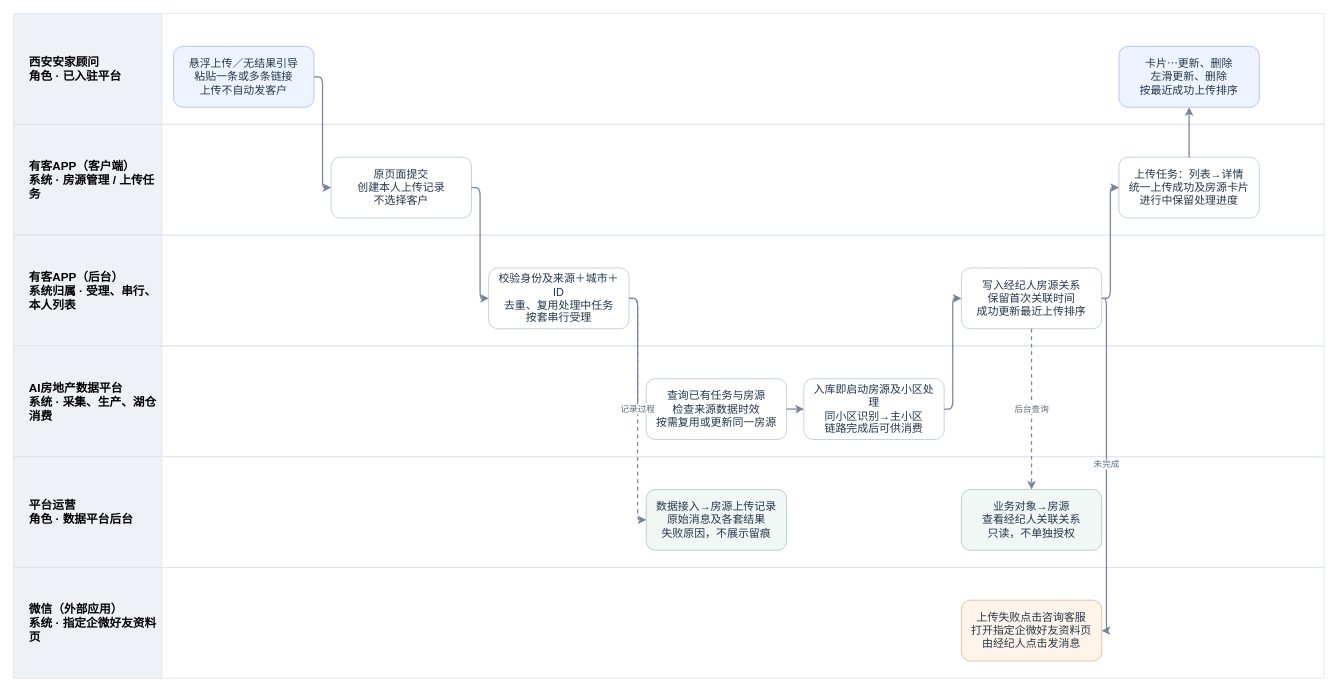
JZT-AI/ai-real-estate-platform-v3-prototype keeps this draw.io diagram as page "APP独立上传｜角色与系统泳道" (1 of 3) of B端发房共用资源/V3.0-B端房源上传与管理-角色与系统业务流程.drawio. Above is the earlier version. Source tidied: cells renumbered, new cells numbered last; positions are measured from the earlier drawing's top-left corner, leaving out a move shared by most shapes. Both pictures are drawn from the tidied source at 78%, with x=0, y=0 at pixel (13, 13).
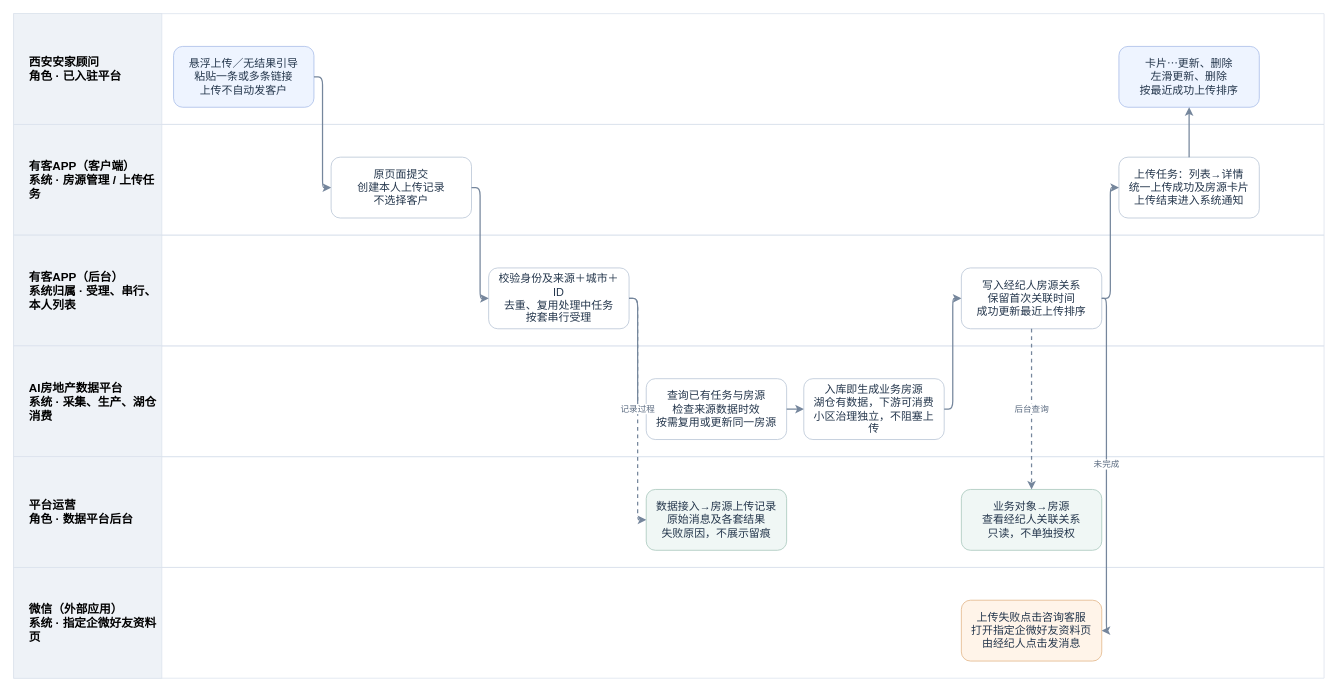
The same diagram, later.

Unchanged cells that the change refers to:
```xml
<mxCell id="4" style="swimlane;horizontal=1;startSize=0;fillColor=#f8fafc;strokeColor=#dce3ed;" parent="1" vertex="1">
  <mxGeometry y="142" width="1680" height="142" as="geometry" />
</mxCell>
<mxCell id="8" style="swimlane;horizontal=1;startSize=0;fillColor=#f8fafc;strokeColor=#dce3ed;" parent="1" vertex="1">
  <mxGeometry y="426" width="1680" height="142" as="geometry" />
</mxCell>
```

Diff of the diagram source:
```diff
@@
-    <mxCell id="18" value="入库即启动房源及小区处理&lt;br&gt;同小区识别→主小区&lt;br&gt;链路完成后可供消费" style="rounded=1;whiteSpace=wrap;html=1;fillColor=#fff;strokeColor=#b7c4d5;fontColor=#24364c;fontSize=14;spacing=8;" parent="8" vertex="1">
+    <mxCell id="18" value="入库即生成业务房源&lt;br&gt;湖仓有数据，下游可消费&lt;br&gt;小区治理独立，不阻塞上传" style="rounded=1;whiteSpace=wrap;html=1;fillColor=#fff;strokeColor=#b7c4d5;fontColor=#24364c;fontSize=14;spacing=8;" parent="8" vertex="1">
       <mxGeometry x="1013" y="42" width="180" height="78" as="geometry" />
     </mxCell>
@@
-    <mxCell id="20" value="上传任务：列表→详情&lt;br&gt;统一上传成功及房源卡片&lt;br&gt;进行中保留处理进度" style="rounded=1;whiteSpace=wrap;html=1;fillColor=#fff;strokeColor=#b7c4d5;fontColor=#24364c;fontSize=14;spacing=8;" parent="4" vertex="1">
+    <mxCell id="20" value="上传任务：列表→详情&lt;br&gt;统一上传成功及房源卡片&lt;br&gt;上传结束进入系统通知" style="rounded=1;whiteSpace=wrap;html=1;fillColor=#fff;strokeColor=#b7c4d5;fontColor=#24364c;fontSize=14;spacing=8;" parent="4" vertex="1">
       <mxGeometry x="1417" y="42" width="180" height="78" as="geometry" />
     </mxCell>
```
